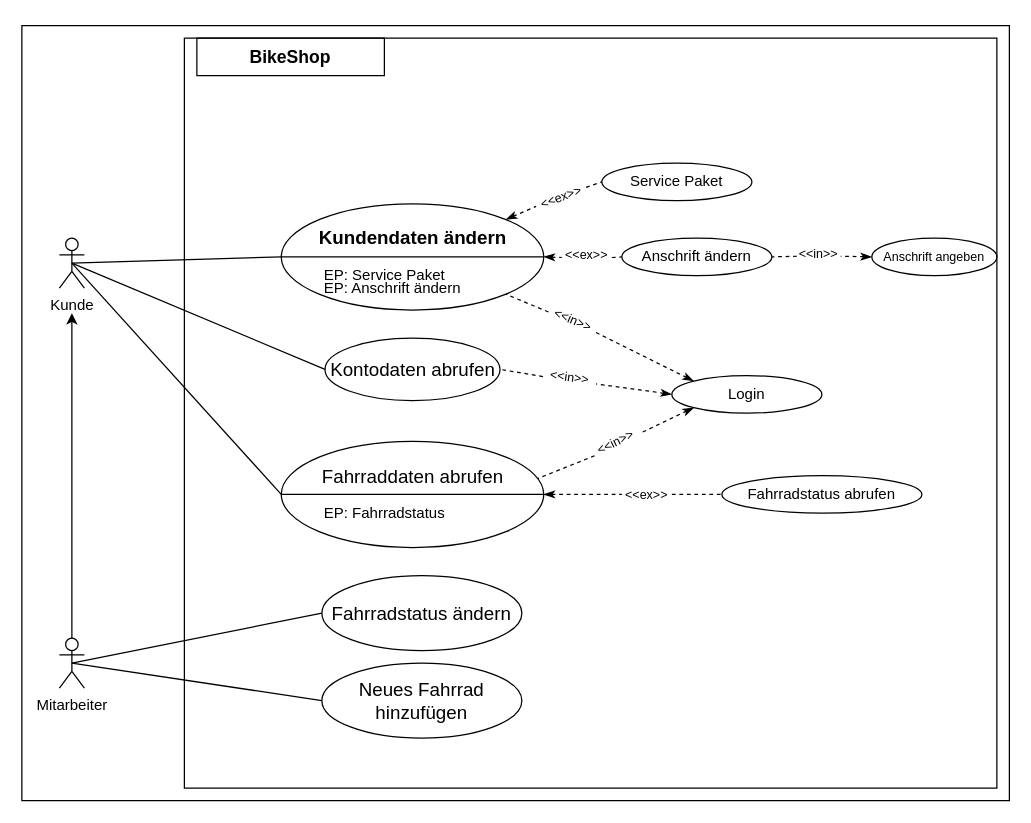
Peofesor/BikeShop keeps this draw.io diagram as draw.io/BikeShopUseCaseDiagram.drawio. Above is the earlier version. Source tidied: cells renumbered, new cells numbered last; positions are measured from the earlier drawing's top-left corner, leaving out a move shared by most shapes. Both pictures are drawn from the tidied source at 125%, with x=0, y=0 at pixel (21, 25).
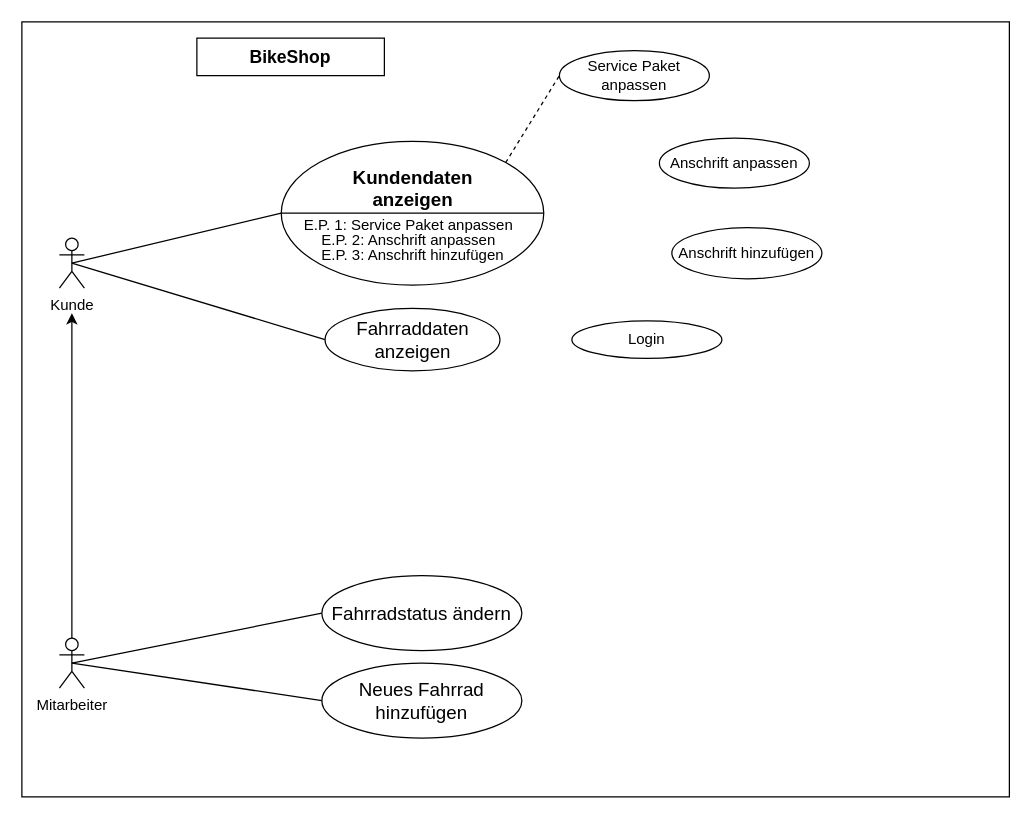
Above is the later version.

Unchanged cells that the change refers to:
```xml
<mxCell id="4" value="&lt;font&gt;Kunde&lt;/font&gt;" style="shape=umlActor;verticalLabelPosition=bottom;labelBackgroundColor=none;verticalAlign=top;html=1;outlineConnect=0;fillColor=none;strokeColor=#000000;fontColor=#000000;" parent="1" vertex="1">
  <mxGeometry x="30" y="170" width="20" height="40" as="geometry" />
</mxCell>
```

What changed in the source:
```diff
@@
-    <mxCell id="2" style="whiteSpace=wrap;html=1;labelBackgroundColor=none;labelBorderColor=none;align=left;fillColor=none;strokeColor=#000000;fontColor=#000000;" parent="1" vertex="1">
-      <mxGeometry x="130" y="10" width="650" height="600" as="geometry" />
-    </mxCell>
+    <mxCell id="48" style="rounded=0;whiteSpace=wrap;html=1;labelBackgroundColor=none;fillColor=none;strokeColor=#000000;" parent="1" vertex="1">
+      <mxGeometry y="-3" width="790" height="620" as="geometry" />
+    </mxCell>
@@
     <mxCell id="7" style="shape=lineEllipse;line=vertical;perimeter=ellipsePerimeter;whiteSpace=wrap;html=1;backgroundOutline=1;labelBackgroundColor=none;align=center;rotation=90;fillColor=none;strokeColor=#000000;fontColor=#000000;" parent="1" vertex="1">
-      <mxGeometry x="270" y="80" width="85" height="210" as="geometry" />
+      <mxGeometry x="255" y="45" width="115" height="210" as="geometry" />
     </mxCell>
-    <mxCell id="8" value="&lt;h3 style=&quot;font-size: 15px;&quot;&gt;Kundendaten ändern&lt;/h3&gt;" style="text;html=1;align=center;verticalAlign=middle;whiteSpace=wrap;rounded=0;labelBackgroundColor=none;fontSize=15;fillColor=none;strokeColor=none;fontColor=#000000;" parent="1" vertex="1">
-      <mxGeometry x="232.5" y="159" width="160" height="20" as="geometry" />
+    <mxCell id="8" value="&lt;h3 style=&quot;font-size: 15px;&quot;&gt;Kundendaten anzeigen&lt;br&gt;&lt;/h3&gt;" style="text;html=1;align=center;verticalAlign=middle;whiteSpace=wrap;rounded=0;labelBackgroundColor=none;fontSize=15;fillColor=none;strokeColor=none;fontColor=#000000;" parent="1" vertex="1">
+      <mxGeometry x="232.5" y="120" width="160" height="20" as="geometry" />
     </mxCell>
-    <mxCell id="9" value="EP: Service Paket" style="text;html=1;align=left;verticalAlign=middle;whiteSpace=wrap;rounded=0;labelBackgroundColor=none;fillColor=none;strokeColor=none;fontColor=#000000;" parent="1" vertex="1">
-      <mxGeometry x="240" y="190" width="160" height="20" as="geometry" />
+    <mxCell id="9" value="E.P. 1: Service Paket anpassen" style="text;html=1;align=left;verticalAlign=middle;whiteSpace=wrap;rounded=0;labelBackgroundColor=none;fillColor=none;strokeColor=none;fontColor=#000000;" parent="1" vertex="1">
+      <mxGeometry x="223.5" y="150" width="180" height="20" as="geometry" />
     </mxCell>
-    <mxCell id="10" value="EP: Anschrift ändern" style="text;html=1;align=left;verticalAlign=middle;whiteSpace=wrap;rounded=0;labelBackgroundColor=none;fillColor=none;strokeColor=none;fontColor=#000000;" parent="1" vertex="1">
-      <mxGeometry x="240" y="200" width="130" height="20" as="geometry" />
+    <mxCell id="10" value="E.P. 2: Anschrift anpassen" style="text;html=1;align=left;verticalAlign=middle;whiteSpace=wrap;rounded=0;labelBackgroundColor=none;fillColor=none;strokeColor=none;fontColor=#000000;" parent="1" vertex="1">
+      <mxGeometry x="237.5" y="161.5" width="145" height="20" as="geometry" />
     </mxCell>
@@
-    <mxCell id="12" value="Service Paket" style="ellipse;whiteSpace=wrap;html=1;labelBackgroundColor=none;align=center;fillColor=none;strokeColor=#000000;fontColor=#000000;" parent="1" vertex="1">
-      <mxGeometry x="464" y="110" width="120" height="30" as="geometry" />
+    <mxCell id="12" value="Service Paket anpassen" style="ellipse;whiteSpace=wrap;html=1;labelBackgroundColor=none;align=center;fillColor=none;strokeColor=#000000;fontColor=#000000;" parent="1" vertex="1">
+      <mxGeometry x="430" y="20" width="120" height="40" as="geometry" />
     </mxCell>
-    <mxCell id="13" style="endArrow=none;dashed=1;html=1;labelBackgroundColor=none;fontColor=#000000;entryX=0;entryY=0.5;entryDx=0;entryDy=0;exitX=1;exitY=0.5;exitDx=0;exitDy=0;startArrow=none;startFill=0;rounded=0;fillColor=none;strokeColor=#000000;" parent="1" edge="1" source="20" target="12">
-      <mxGeometry relative="1" as="geometry" />
-    </mxCell>
-    <mxCell id="14" value="Anschrift ändern" style="ellipse;whiteSpace=wrap;html=1;labelBackgroundColor=none;fontSize=12;align=center;fillColor=none;strokeColor=#000000;fontColor=#000000;" parent="1" vertex="1">
-      <mxGeometry x="480" y="170" width="120" height="30" as="geometry" />
+    <mxCell id="14" value="Anschrift anpassen" style="ellipse;whiteSpace=wrap;html=1;labelBackgroundColor=none;fontSize=12;align=center;fillColor=none;strokeColor=#000000;fontColor=#000000;" parent="1" vertex="1">
+      <mxGeometry x="510" y="90" width="120" height="40" as="geometry" />
     </mxCell>
-    <mxCell id="15" style="endArrow=none;dashed=1;html=1;labelBackgroundColor=none;fontSize=12;fontColor=#000000;entryX=0;entryY=0.5;entryDx=0;entryDy=0;exitX=1;exitY=0.75;exitDx=0;exitDy=0;strokeWidth=1;startArrow=none;startFill=0;rounded=0;fillColor=none;strokeColor=#000000;" parent="1" edge="1" source="22" target="14">
-      <mxGeometry relative="1" as="geometry" />
-    </mxCell>
-    <mxCell id="16" style="endArrow=none;dashed=1;html=1;labelBackgroundColor=none;fontSize=12;fontColor=#000000;entryX=1;entryY=0.5;entryDx=0;entryDy=0;exitX=0;exitY=0.75;exitDx=0;exitDy=0;rounded=0;strokeWidth=1;startArrow=none;startFill=0;fillColor=none;strokeColor=#000000;" parent="1" edge="1" source="18" target="14">
-      <mxGeometry relative="1" as="geometry" />
-    </mxCell>
-    <mxCell id="17" value="&lt;font style=&quot;font-size: 10px;&quot;&gt;Anschrift angeben&lt;/font&gt;" style="ellipse;whiteSpace=wrap;html=1;labelBackgroundColor=none;fontSize=10;align=center;fillColor=none;strokeColor=#000000;fontColor=#000000;" parent="1" vertex="1">
-      <mxGeometry x="680" y="170" width="100" height="30" as="geometry" />
-    </mxCell>
-    <mxCell id="18" value="&lt;font style=&quot;font-size: 10px&quot;&gt;&amp;lt;&amp;lt;in&amp;gt;&amp;gt;&lt;/font&gt;" style="text;html=1;align=center;verticalAlign=middle;whiteSpace=wrap;rounded=0;labelBackgroundColor=none;fontSize=12;rotation=0;fillColor=none;strokeColor=none;fontColor=#000000;" parent="1" vertex="1">
-      <mxGeometry x="620" y="177" width="35" height="10" as="geometry" />
-    </mxCell>
-    <mxCell id="19" style="endArrow=none;dashed=1;html=1;labelBackgroundColor=none;fontSize=12;fontColor=#000000;entryX=1;entryY=0.75;entryDx=0;entryDy=0;exitX=0;exitY=0.5;exitDx=0;exitDy=0;rounded=0;strokeWidth=1;startArrow=classicThin;startFill=1;fillColor=none;strokeColor=#000000;" parent="1" edge="1" source="17" target="18">
-      <mxGeometry relative="1" as="geometry" />
-    </mxCell>
-    <mxCell id="20" value="&lt;font style=&quot;font-size: 10px&quot;&gt;&amp;lt;&amp;lt;ex&amp;gt;&amp;gt;&lt;/font&gt;" style="text;html=1;align=center;verticalAlign=middle;whiteSpace=wrap;rounded=0;labelBackgroundColor=none;fontSize=10;rotation=-20.9;fillColor=none;strokeColor=none;fontColor=#000000;" parent="1" vertex="1">
-      <mxGeometry x="410" y="132" width="42.8" height="10" as="geometry" />
-    </mxCell>
-    <mxCell id="21" style="endArrow=none;dashed=1;html=1;labelBackgroundColor=none;fontColor=#000000;entryX=0;entryY=0.5;entryDx=0;entryDy=0;exitX=0;exitY=0;exitDx=0;exitDy=0;startArrow=classicThin;startFill=1;rounded=0;fillColor=none;strokeColor=#000000;" parent="1" edge="1" source="7" target="20">
-      <mxGeometry relative="1" as="geometry" />
-    </mxCell>
-    <mxCell id="22" value="&lt;font style=&quot;font-size: 10px&quot;&gt;&amp;lt;&amp;lt;ex&amp;gt;&amp;gt;&lt;/font&gt;" style="text;html=1;align=center;verticalAlign=middle;whiteSpace=wrap;rounded=0;labelBackgroundColor=none;fontSize=12;fillColor=none;strokeColor=none;fontColor=#000000;" parent="1" vertex="1">
-      <mxGeometry x="432" y="178" width="40" height="10" as="geometry" />
-    </mxCell>
-    <mxCell id="23" style="endArrow=none;dashed=1;html=1;labelBackgroundColor=none;fontSize=12;fontColor=#000000;entryX=0;entryY=0.75;entryDx=0;entryDy=0;exitX=0.5;exitY=0;exitDx=0;exitDy=0;rounded=0;strokeWidth=1;startArrow=classicThin;startFill=1;fillColor=none;strokeColor=#000000;" parent="1" edge="1" source="7" target="22">
-      <mxGeometry relative="1" as="geometry" />
-    </mxCell>
-    <mxCell id="24" value="Kontodaten abrufen" style="ellipse;whiteSpace=wrap;html=1;labelBackgroundColor=none;fontSize=15;align=center;fillColor=none;strokeColor=#000000;fontColor=#000000;" parent="1" vertex="1">
-      <mxGeometry x="242.5" y="250" width="140" height="50" as="geometry" />
+    <mxCell id="24" value="Fahrraddaten anzeigen" style="ellipse;whiteSpace=wrap;html=1;labelBackgroundColor=none;fontSize=15;align=center;fillColor=none;strokeColor=#000000;fontColor=#000000;" parent="1" vertex="1">
+      <mxGeometry x="242.5" y="226.2" width="140" height="50" as="geometry" />
     </mxCell>
@@
     <mxCell id="26" value="Login" style="ellipse;whiteSpace=wrap;html=1;labelBackgroundColor=none;fontSize=12;align=center;fillColor=none;strokeColor=#000000;fontColor=#000000;" parent="1" vertex="1">
-      <mxGeometry x="520" y="280" width="120" height="30" as="geometry" />
+      <mxGeometry x="440" y="236.2" width="120" height="30" as="geometry" />
     </mxCell>
-    <mxCell id="27" style="shape=lineEllipse;line=vertical;perimeter=ellipsePerimeter;whiteSpace=wrap;html=1;backgroundOutline=1;labelBackgroundColor=none;align=center;rotation=90;fillColor=none;strokeColor=#000000;fontColor=#000000;" parent="1" vertex="1">
-      <mxGeometry x="270" y="270" width="85" height="210" as="geometry" />
-    </mxCell>
-    <mxCell id="28" value="Fahrraddaten abrufen" style="text;html=1;align=center;verticalAlign=middle;whiteSpace=wrap;rounded=0;labelBackgroundColor=none;fontSize=15;fillColor=none;strokeColor=none;fontColor=#000000;" parent="1" vertex="1">
-      <mxGeometry x="237.5" y="350" width="150" height="20" as="geometry" />
-    </mxCell>
-    <mxCell id="29" value="EP: Fahrradstatus" style="text;html=1;align=left;verticalAlign=middle;whiteSpace=wrap;rounded=0;labelBackgroundColor=none;fillColor=none;strokeColor=none;fontColor=#000000;" parent="1" vertex="1">
-      <mxGeometry x="240" y="380" width="130" height="20" as="geometry" />
-    </mxCell>
-    <mxCell id="30" value="Fahrradstatus abrufen" style="ellipse;whiteSpace=wrap;html=1;labelBackgroundColor=none;fontSize=12;align=center;fillColor=none;strokeColor=#000000;fontColor=#000000;" parent="1" vertex="1">
-      <mxGeometry x="560" y="360" width="160" height="30" as="geometry" />
-    </mxCell>
-    <mxCell id="31" style="endArrow=none;dashed=1;html=1;labelBackgroundColor=none;fontSize=12;fontColor=#000000;entryX=1;entryY=0.5;entryDx=0;entryDy=0;exitX=0;exitY=0.75;exitDx=0;exitDy=0;rounded=0;strokeWidth=1;startArrow=none;startFill=0;fillColor=none;strokeColor=#000000;" parent="1" edge="1" source="32" target="24">
-      <mxGeometry relative="1" as="geometry" />
-    </mxCell>
-    <mxCell id="32" value="&lt;font style=&quot;font-size: 10px&quot;&gt;&amp;lt;&amp;lt;in&amp;gt;&amp;gt;&lt;/font&gt;" style="text;html=1;align=center;verticalAlign=middle;whiteSpace=wrap;rounded=0;labelBackgroundColor=none;fontSize=12;rotation=7.799999999999999;fillColor=none;strokeColor=none;fontColor=#000000;" parent="1" vertex="1">
-      <mxGeometry x="417" y="276.2" width="42.9" height="10" as="geometry" />
-    </mxCell>
-    <mxCell id="33" style="endArrow=none;dashed=1;html=1;labelBackgroundColor=none;fontSize=12;fontColor=#000000;entryX=1;entryY=0.75;entryDx=0;entryDy=0;exitX=0;exitY=0.5;exitDx=0;exitDy=0;rounded=0;strokeWidth=1;startArrow=classicThin;startFill=1;fillColor=none;strokeColor=#000000;" parent="1" edge="1" source="26" target="32">
-      <mxGeometry relative="1" as="geometry" />
-    </mxCell>
-    <mxCell id="34" style="endArrow=none;dashed=1;html=1;labelBackgroundColor=none;fontSize=12;fontColor=#000000;entryX=0.351;entryY=0.023;entryDx=0;entryDy=0;exitX=0;exitY=0.75;exitDx=0;exitDy=0;rounded=0;strokeWidth=1;startArrow=none;startFill=0;entryPerimeter=0;fillColor=none;strokeColor=#000000;" parent="1" edge="1" source="35" target="27">
-      <mxGeometry relative="1" as="geometry" />
-    </mxCell>
-    <mxCell id="35" value="&lt;font style=&quot;font-size: 10px&quot;&gt;&amp;lt;&amp;lt;in&amp;gt;&amp;gt;&lt;/font&gt;" style="text;html=1;align=center;verticalAlign=middle;whiteSpace=wrap;rounded=0;labelBackgroundColor=none;fontSize=12;rotation=-26.3;fillColor=none;strokeColor=none;fontColor=#000000;" parent="1" vertex="1">
-      <mxGeometry x="455" y="328" width="40" height="10" as="geometry" />
-    </mxCell>
-    <mxCell id="36" style="endArrow=none;dashed=1;html=1;labelBackgroundColor=none;fontSize=12;fontColor=#000000;entryX=1;entryY=0.75;entryDx=0;entryDy=0;exitX=0;exitY=1;exitDx=0;exitDy=0;rounded=0;strokeWidth=1;startArrow=classicThin;startFill=1;fillColor=none;strokeColor=#000000;" parent="1" edge="1" source="26" target="35">
-      <mxGeometry relative="1" as="geometry" />
-    </mxCell>
-    <mxCell id="37" style="endArrow=none;dashed=1;html=1;labelBackgroundColor=none;fontSize=12;fontColor=#000000;entryX=1;entryY=0;entryDx=0;entryDy=0;exitX=0;exitY=0.75;exitDx=0;exitDy=0;rounded=0;strokeWidth=1;startArrow=none;startFill=0;fillColor=none;strokeColor=#000000;" parent="1" edge="1" source="38" target="7">
-      <mxGeometry relative="1" as="geometry" />
-    </mxCell>
-    <mxCell id="38" value="&lt;font style=&quot;font-size: 10px&quot;&gt;&amp;lt;&amp;lt;in&amp;gt;&amp;gt;&lt;/font&gt;" style="text;html=1;align=center;verticalAlign=middle;whiteSpace=wrap;rounded=0;labelBackgroundColor=none;fontSize=12;rotation=23.3;fillColor=none;strokeColor=none;fontColor=#000000;" parent="1" vertex="1">
-      <mxGeometry x="420.6" y="229.8" width="40.5" height="10" as="geometry" />
-    </mxCell>
-    <mxCell id="39" style="endArrow=none;dashed=1;html=1;labelBackgroundColor=none;fontSize=12;fontColor=#000000;entryX=1;entryY=0.75;entryDx=0;entryDy=0;exitX=0;exitY=0;exitDx=0;exitDy=0;rounded=0;strokeWidth=1;startArrow=classicThin;startFill=1;fillColor=none;strokeColor=#000000;" parent="1" edge="1" source="26" target="38">
-      <mxGeometry relative="1" as="geometry" />
-    </mxCell>
-    <mxCell id="40" style="endArrow=none;dashed=1;html=1;labelBackgroundColor=none;fontColor=#000000;entryX=0;entryY=0.5;entryDx=0;entryDy=0;exitX=1;exitY=0.5;exitDx=0;exitDy=0;startArrow=none;startFill=0;rounded=0;fillColor=none;strokeColor=#000000;" parent="1" edge="1" source="41" target="30">
-      <mxGeometry relative="1" as="geometry" />
-    </mxCell>
-    <mxCell id="41" value="&lt;font style=&quot;font-size: 10px&quot;&gt;&amp;lt;&amp;lt;ex&amp;gt;&amp;gt;&lt;/font&gt;" style="text;html=1;align=center;verticalAlign=middle;whiteSpace=wrap;rounded=0;labelBackgroundColor=none;fontSize=8;rotation=0;fillColor=none;strokeColor=none;fontColor=#000000;" parent="1" vertex="1">
-      <mxGeometry x="480" y="370" width="40" height="10" as="geometry" />
-    </mxCell>
-    <mxCell id="42" style="endArrow=none;dashed=1;html=1;labelBackgroundColor=none;fontColor=#000000;entryX=0;entryY=0.5;entryDx=0;entryDy=0;exitX=0.5;exitY=0;exitDx=0;exitDy=0;startArrow=classicThin;startFill=1;rounded=0;fillColor=none;strokeColor=#000000;" parent="1" edge="1" source="27" target="41">
-      <mxGeometry relative="1" as="geometry" />
-    </mxCell>
-    <mxCell id="43" style="endArrow=none;html=1;labelBackgroundColor=none;fontColor=#000000;exitX=0.5;exitY=0.5;exitDx=0;exitDy=0;exitPerimeter=0;entryX=0.5;entryY=1;entryDx=0;entryDy=0;fillColor=none;strokeColor=#000000;" parent="1" edge="1" source="4" target="27">
-      <mxGeometry relative="1" as="geometry" />
-    </mxCell>
@@
-    <mxCell id="48" style="rounded=0;whiteSpace=wrap;html=1;labelBackgroundColor=none;fillColor=none;strokeColor=#000000;" parent="1" vertex="1">
-      <mxGeometry width="790" height="620" as="geometry" />
-    </mxCell>
+    <mxCell id="49" value="Anschrift hinzufügen" style="ellipse;whiteSpace=wrap;html=1;labelBackgroundColor=none;fontSize=12;align=center;fillColor=none;strokeColor=#000000;fontColor=#000000;" parent="1" vertex="1">
+      <mxGeometry x="520" y="161.5" width="120" height="41" as="geometry" />
+    </mxCell>
+    <mxCell id="50" value="E.P. 3: Anschrift hinzufügen" style="text;html=1;align=left;verticalAlign=middle;whiteSpace=wrap;rounded=0;labelBackgroundColor=none;fillColor=none;strokeColor=none;fontColor=#000000;" parent="1" vertex="1">
+      <mxGeometry x="238.2" y="174" width="162.5" height="20" as="geometry" />
+    </mxCell>
+    <mxCell id="51" style="endArrow=none;dashed=1;html=1;rounded=0;entryX=0;entryY=0.5;entryDx=0;entryDy=0;exitX=0;exitY=0;exitDx=0;exitDy=0;" parent="1" edge="1" source="7" target="12">
+      <mxGeometry relative="1" as="geometry" />
+    </mxCell>
```
